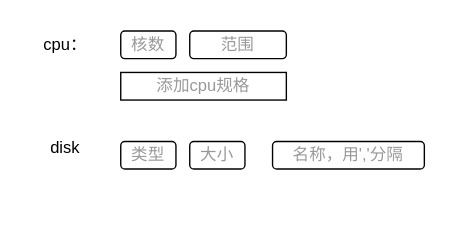
Before: 创建宿主机规格.drawio in wupei-w/diagrams, a draw.io diagram. Source tidied: cells renumbered, new cells numbered last; positions are measured from the earlier drawing's top-left corner, leaving out a move shared by most shapes. Both pictures are drawn from the tidied source at 138%, with x=0, y=0 at pixel (23, 23).
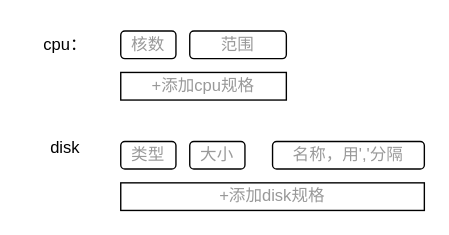
The same page after the edit.

Commit message (it also covers changes not shown here):
更新创建宿主机规格.drawio

The edit, as a diff of the source:
```diff
@@
 <mxGraphModel>
   <root>
     <mxCell id="0" />
     <mxCell id="1" parent="0" />
     <mxCell id="2" value="&lt;font color=&quot;#999999&quot;&gt;核数&lt;/font&gt;" style="rounded=1;whiteSpace=wrap;html=1;" parent="1" vertex="1">
       <mxGeometry x="70" y="5" width="40" height="20" as="geometry" />
     </mxCell>
     <mxCell id="3" value="cpu：" style="text;html=1;strokeColor=none;fillColor=none;align=center;verticalAlign=middle;whiteSpace=wrap;rounded=0;" parent="1" vertex="1">
       <mxGeometry width="60" height="30" as="geometry" />
     </mxCell>
     <mxCell id="4" value="&lt;font color=&quot;#999999&quot;&gt;范围&lt;/font&gt;" style="rounded=1;whiteSpace=wrap;html=1;" parent="1" vertex="1">
       <mxGeometry x="120" y="5" width="70" height="20" as="geometry" />
     </mxCell>
-    <mxCell id="5" value="&lt;font color=&quot;#999999&quot;&gt;添加cpu规格&lt;/font&gt;" style="rounded=0;whiteSpace=wrap;html=1;" parent="1" vertex="1">
+    <mxCell id="5" value="&lt;font color=&quot;#999999&quot;&gt;+添加cpu规格&lt;/font&gt;" style="rounded=0;whiteSpace=wrap;html=1;" parent="1" vertex="1">
       <mxGeometry x="70" y="35" width="120" height="20" as="geometry" />
     </mxCell>
     <mxCell id="6" value="disk" style="text;html=1;strokeColor=none;fillColor=none;align=center;verticalAlign=middle;whiteSpace=wrap;rounded=0;" parent="1" vertex="1">
       <mxGeometry y="75" width="60" height="30" as="geometry" />
     </mxCell>
     <mxCell id="7" value="&lt;font color=&quot;#999999&quot;&gt;类型&lt;/font&gt;" style="rounded=1;whiteSpace=wrap;html=1;" parent="1" vertex="1">
       <mxGeometry x="70" y="85" width="40" height="20" as="geometry" />
     </mxCell>
     <mxCell id="8" value="&lt;font color=&quot;#999999&quot;&gt;大小&lt;/font&gt;" style="rounded=1;whiteSpace=wrap;html=1;" parent="1" vertex="1">
       <mxGeometry x="120" y="85" width="40" height="20" as="geometry" />
     </mxCell>
     <mxCell id="9" value="&lt;font color=&quot;#999999&quot;&gt;名称，用','分隔&lt;/font&gt;" style="rounded=1;whiteSpace=wrap;html=1;" parent="1" vertex="1">
       <mxGeometry x="180" y="85" width="110" height="20" as="geometry" />
     </mxCell>
+    <mxCell id="10" value="&lt;font color=&quot;#999999&quot;&gt;+添加disk规格&lt;/font&gt;" style="rounded=0;whiteSpace=wrap;html=1;" parent="1" vertex="1">
+      <mxGeometry x="70" y="115" width="220" height="20" as="geometry" />
+    </mxCell>
   </root>
 </mxGraphModel>
```
